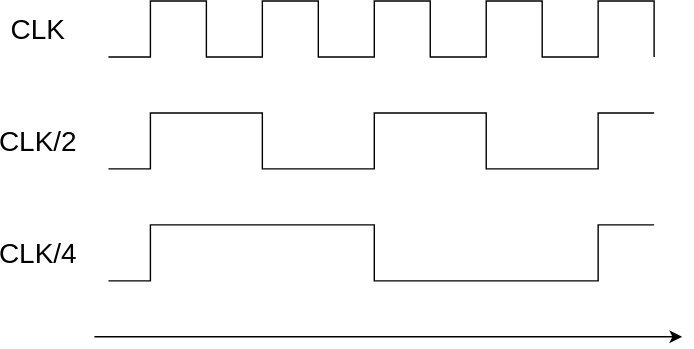
Above: Lab/Computer/RelayComputer/Day6_Counter/img/CounterTiming.dio.svg in amane-uehara/kanade-k-1228.github.io (draw.io), before the change. Source tidied: cells renumbered, new cells last; positions are measured from the earlier drawing's top-left corner, leaving out a move shared by most shapes.
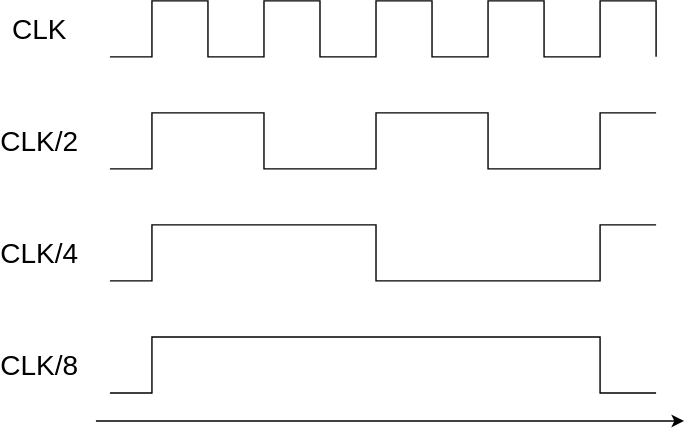
Later version of the same file.

Diff of the diagram source:
```diff
@@ -4,8 +4,8 @@
     <mxCell id="1" parent="0" />
     <mxCell id="2" style="endArrow=classic;html=1;fontSize=20;" parent="1" edge="1">
       <mxGeometry relative="1" as="geometry">
-        <mxPoint x="60" y="240" as="sourcePoint" />
-        <mxPoint x="480" y="240" as="targetPoint" />
+        <mxPoint x="60" y="300" as="sourcePoint" />
+        <mxPoint x="480" y="300" as="targetPoint" />
       </mxGeometry>
     </mxCell>
     <mxCell id="3" style="endArrow=none;html=1;fontSize=20;rounded=0;" parent="1" edge="1">
@@ -76,5 +76,20 @@
     <mxCell id="8" value="CLK/4" style="text;html=1;strokeColor=none;fillColor=none;align=center;verticalAlign=middle;whiteSpace=wrap;rounded=0;fontSize=20;" parent="1" vertex="1">
       <mxGeometry y="170" width="40" height="20" as="geometry" />
     </mxCell>
+    <mxCell id="9" style="endArrow=none;html=1;fontSize=20;rounded=0;" parent="1" edge="1">
+      <mxGeometry relative="1" as="geometry">
+        <mxPoint x="70" y="280" as="sourcePoint" />
+        <mxPoint x="460" y="280" as="targetPoint" />
+        <Array as="points">
+          <mxPoint x="100" y="280" />
+          <mxPoint x="100" y="240" />
+          <mxPoint x="420" y="240" />
+          <mxPoint x="420" y="280" />
+        </Array>
+      </mxGeometry>
+    </mxCell>
+    <mxCell id="10" value="CLK/8" style="text;html=1;strokeColor=none;fillColor=none;align=center;verticalAlign=middle;whiteSpace=wrap;rounded=0;fontSize=20;" parent="1" vertex="1">
+      <mxGeometry y="250" width="40" height="20" as="geometry" />
+    </mxCell>
   </root>
 </mxGraphModel>
```
